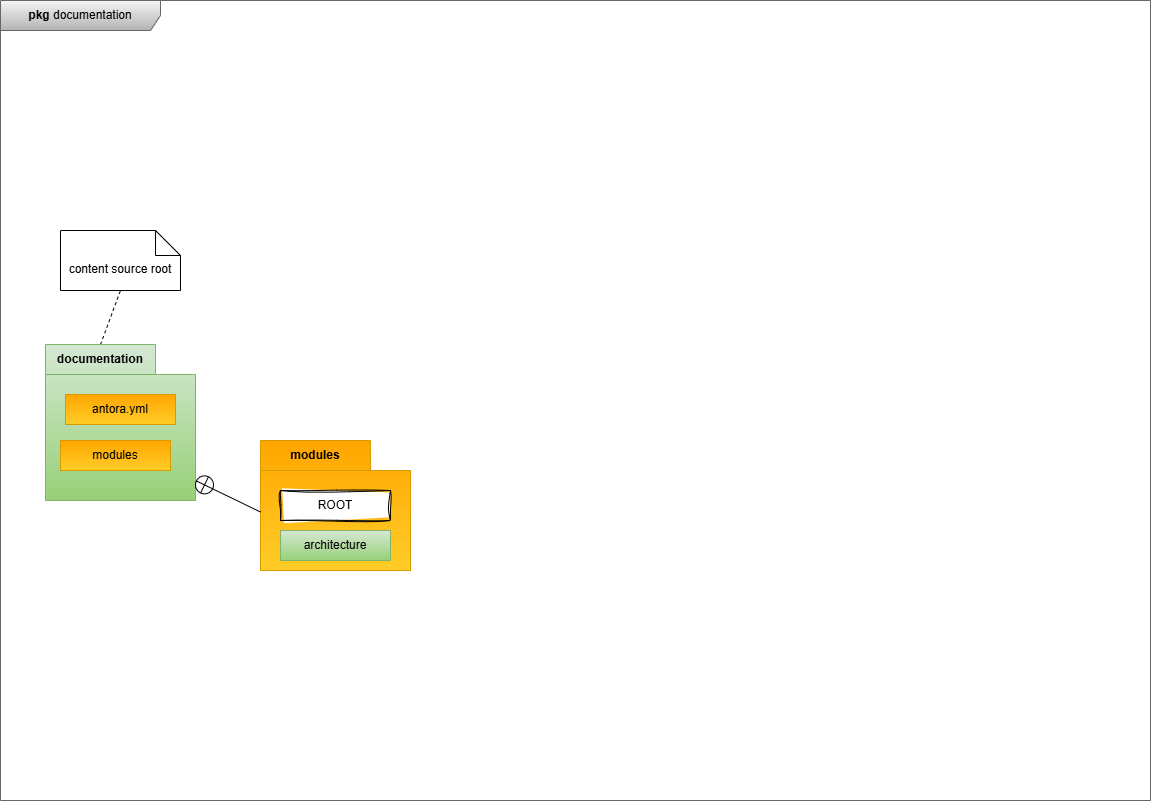
Before: documentation/modules/architecture/images/08_concepts/documentation/documentation-structure.drawio.png, a diagram exported from draw.io (stueberm1/riskmanager). Source tidied: cells renumbered, new cells last; positions are measured from the earlier drawing's top-left corner, leaving out a move shared by most shapes.
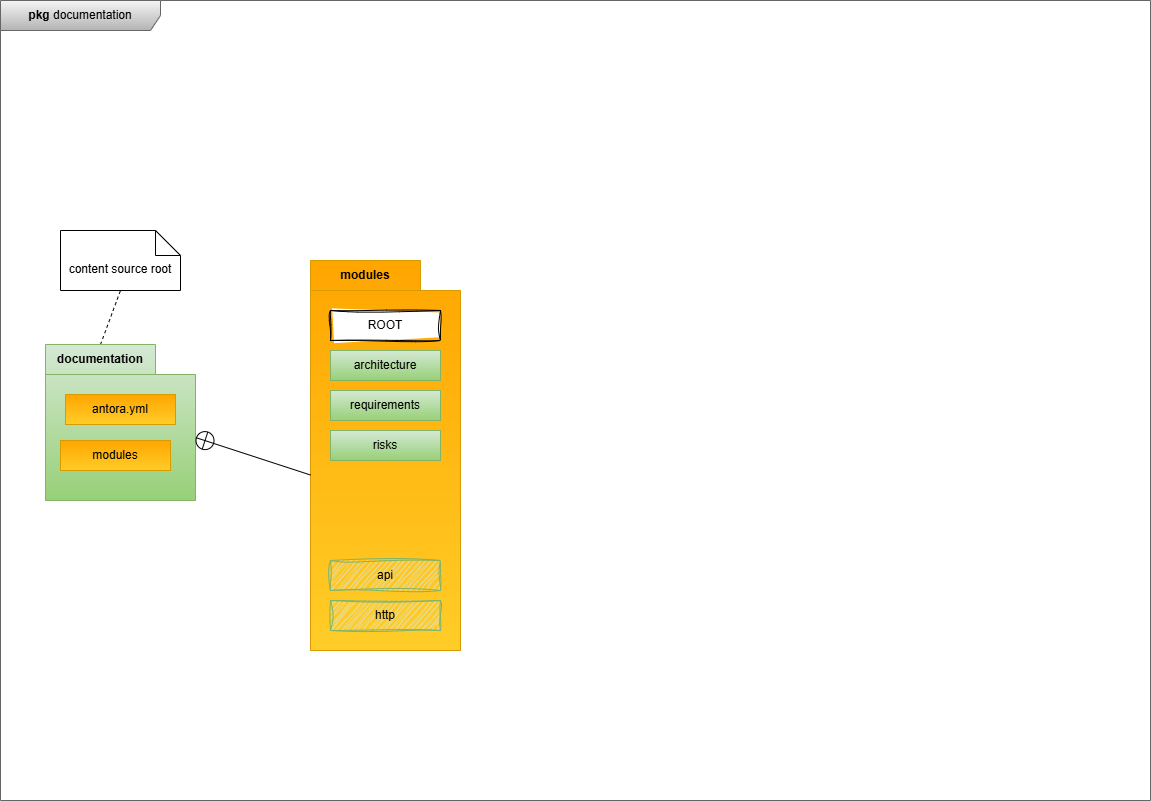
After the commit.

Diff of the diagram source:
```diff
@@ -23,7 +23,7 @@
       <mxGeometry x="15" y="96" width="110" height="30" as="geometry" />
     </mxCell>
     <mxCell id="8" value="modules" style="shape=folder;fontStyle=1;tabWidth=110;tabHeight=30;tabPosition=left;html=1;boundedLbl=1;labelInHeader=1;whiteSpace=wrap;strokeColor=#d79b00;fillColor=#ffcd28;gradientColor=#ffa500;gradientDirection=north;" parent="2" vertex="1">
-      <mxGeometry x="260" y="440" width="150" height="130" as="geometry" />
+      <mxGeometry x="310" y="260" width="150" height="390" as="geometry" />
     </mxCell>
     <mxCell id="9" value="ROOT" style="html=1;whiteSpace=wrap;sketch=1;curveFitting=1;jiggle=2;" parent="8" vertex="1">
       <mxGeometry width="110" height="30" relative="1" as="geometry">
@@ -33,7 +33,19 @@
     <mxCell id="10" value="architecture" style="html=1;whiteSpace=wrap;fillColor=#d5e8d4;gradientColor=#97d077;strokeColor=#82b366;" parent="8" vertex="1">
       <mxGeometry x="20" y="90" width="110" height="30" as="geometry" />
     </mxCell>
+    <mxCell id="12" value="requirements" style="html=1;whiteSpace=wrap;fillColor=#d5e8d4;gradientColor=#97d077;strokeColor=#82b366;" parent="8" vertex="1">
+      <mxGeometry x="20" y="130" width="110" height="30" as="geometry" />
+    </mxCell>
+    <mxCell id="13" value="api" style="html=1;whiteSpace=wrap;fillColor=#d5e8d4;strokeColor=#82b366;sketch=1;curveFitting=1;jiggle=2;" parent="8" vertex="1">
+      <mxGeometry x="20" y="300" width="110" height="30" as="geometry" />
+    </mxCell>
+    <mxCell id="14" value="http" style="html=1;whiteSpace=wrap;fillColor=#d5e8d4;strokeColor=#82b366;sketch=1;curveFitting=1;jiggle=2;" parent="8" vertex="1">
+      <mxGeometry x="20" y="340" width="110" height="30" as="geometry" />
+    </mxCell>
+    <mxCell id="15" value="risks" style="html=1;whiteSpace=wrap;fillColor=#d5e8d4;gradientColor=#97d077;strokeColor=#82b366;" parent="8" vertex="1">
+      <mxGeometry x="20" y="170" width="110" height="30" as="geometry" />
+    </mxCell>
-    <mxCell id="11" style="endArrow=circlePlus;startArrow=none;endFill=0;startFill=0;endSize=8;html=1;labelBackgroundColor=none;rounded=0;entryX=1;entryY=0.872;entryDx=0;entryDy=0;entryPerimeter=0;exitX=0;exitY=0.55;exitDx=0;exitDy=0;exitPerimeter=0;" parent="2" edge="1" source="8" target="5">
+    <mxCell id="11" style="endArrow=circlePlus;startArrow=none;endFill=0;startFill=0;endSize=8;html=1;labelBackgroundColor=none;rounded=0;entryX=0;entryY=0;entryDx=150;entryDy=93;entryPerimeter=0;exitX=0;exitY=0.55;exitDx=0;exitDy=0;exitPerimeter=0;" parent="2" edge="1" source="8" target="5">
       <mxGeometry relative="1" as="geometry" />
     </mxCell>
   </root>
```
